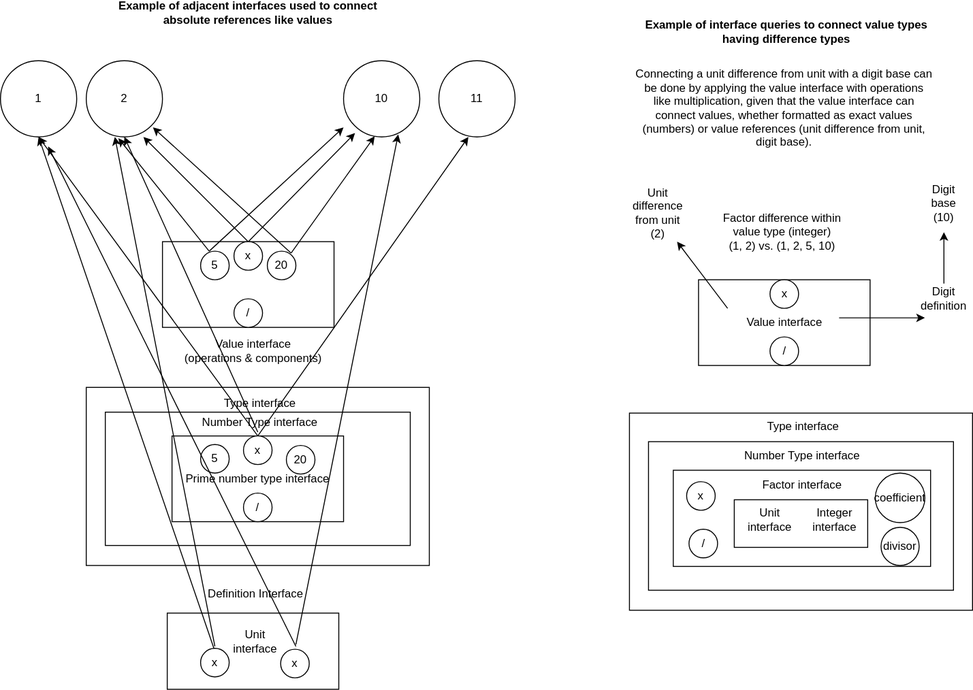
The draw.io diagram docs/objects/math.svg in outdreamer/build-a-cure, before a commit. Source tidied: cells renumbered, new cells last; positions are measured from the earlier drawing's top-left corner, leaving out a move shared by most shapes. The source it was exported from:
```xml
<mxGraphModel>
  <root>
    <mxCell id="0" />
    <mxCell id="1" parent="0" />
    <mxCell id="2" style="rounded=0;whiteSpace=wrap;html=1;" parent="1" vertex="1">
      <mxGeometry x="175" y="640" width="180" height="80" as="geometry" />
    </mxCell>
    <mxCell id="3" style="rounded=0;whiteSpace=wrap;html=1;" parent="1" vertex="1">
      <mxGeometry x="90" y="403" width="360" height="187" as="geometry" />
    </mxCell>
    <mxCell id="4" style="rounded=0;whiteSpace=wrap;html=1;" parent="1" vertex="1">
      <mxGeometry x="110" y="429" width="320" height="140" as="geometry" />
    </mxCell>
    <mxCell id="5" value="Number Type interface" style="text;html=1;strokeColor=none;fillColor=none;align=center;verticalAlign=middle;whiteSpace=wrap;rounded=0;" parent="1" vertex="1">
      <mxGeometry x="185" y="430" width="175" height="20" as="geometry" />
    </mxCell>
    <mxCell id="6" value="2" style="ellipse;whiteSpace=wrap;html=1;" parent="1" vertex="1">
      <mxGeometry x="90" y="60" width="80" height="80" as="geometry" />
    </mxCell>
    <mxCell id="7" value="10" style="ellipse;whiteSpace=wrap;html=1;" parent="1" vertex="1">
      <mxGeometry x="360" y="60" width="80" height="80" as="geometry" />
    </mxCell>
    <mxCell id="8" style="endArrow=classic;html=1;entryX=0.15;entryY=0.95;entryDx=0;entryDy=0;entryPerimeter=0;" parent="1" edge="1" target="7">
      <mxGeometry relative="1" as="geometry">
        <mxPoint x="260" y="250" as="sourcePoint" />
      </mxGeometry>
    </mxCell>
    <mxCell id="9" style="endArrow=classic;html=1;entryX=0.75;entryY=1;entryDx=0;entryDy=0;entryPerimeter=0;" parent="1" edge="1" target="6">
      <mxGeometry relative="1" as="geometry">
        <mxPoint x="260" y="250" as="sourcePoint" />
      </mxGeometry>
    </mxCell>
    <mxCell id="10" style="rounded=0;whiteSpace=wrap;html=1;" parent="1" vertex="1">
      <mxGeometry x="170" y="250" width="180" height="90" as="geometry" />
    </mxCell>
    <mxCell id="11" value="x" style="ellipse;whiteSpace=wrap;html=1;" parent="1" vertex="1">
      <mxGeometry x="245" y="250" width="30" height="30" as="geometry" />
    </mxCell>
    <mxCell id="12" value="/" style="ellipse;whiteSpace=wrap;html=1;" parent="1" vertex="1">
      <mxGeometry x="245" y="310" width="30" height="30" as="geometry" />
    </mxCell>
    <mxCell id="13" value="5" style="ellipse;whiteSpace=wrap;html=1;" parent="1" vertex="1">
      <mxGeometry x="210" y="260" width="30" height="30" as="geometry" />
    </mxCell>
    <mxCell id="14" value="20" style="ellipse;whiteSpace=wrap;html=1;" parent="1" vertex="1">
      <mxGeometry x="280" y="260" width="30" height="30" as="geometry" />
    </mxCell>
    <mxCell id="15" style="endArrow=classic;html=1;entryX=0.388;entryY=1;entryDx=0;entryDy=0;entryPerimeter=0;" parent="1" edge="1" target="24">
      <mxGeometry relative="1" as="geometry">
        <mxPoint x="270" y="454" as="sourcePoint" />
      </mxGeometry>
    </mxCell>
    <mxCell id="16" style="endArrow=classic;html=1;entryX=0.5;entryY=1;entryDx=0;entryDy=0;" parent="1" edge="1" target="22">
      <mxGeometry relative="1" as="geometry">
        <mxPoint x="270" y="454" as="sourcePoint" />
      </mxGeometry>
    </mxCell>
    <mxCell id="17" value="Prime number type interface" style="rounded=0;whiteSpace=wrap;html=1;" parent="1" vertex="1">
      <mxGeometry x="180" y="454" width="180" height="90" as="geometry" />
    </mxCell>
    <mxCell id="18" value="x" style="ellipse;whiteSpace=wrap;html=1;" parent="1" vertex="1">
      <mxGeometry x="255" y="454" width="30" height="30" as="geometry" />
    </mxCell>
    <mxCell id="19" value="/" style="ellipse;whiteSpace=wrap;html=1;" parent="1" vertex="1">
      <mxGeometry x="255" y="514" width="30" height="30" as="geometry" />
    </mxCell>
    <mxCell id="20" value="5" style="ellipse;whiteSpace=wrap;html=1;" parent="1" vertex="1">
      <mxGeometry x="210" y="463" width="30" height="30" as="geometry" />
    </mxCell>
    <mxCell id="21" value="20" style="ellipse;whiteSpace=wrap;html=1;" parent="1" vertex="1">
      <mxGeometry x="300" y="464" width="30" height="30" as="geometry" />
    </mxCell>
    <mxCell id="22" value="1" style="ellipse;whiteSpace=wrap;html=1;" parent="1" vertex="1">
      <mxGeometry y="60" width="80" height="80" as="geometry" />
    </mxCell>
    <mxCell id="23" style="endArrow=classic;html=1;entryX=0.5;entryY=1;entryDx=0;entryDy=0;" parent="1" edge="1" target="6">
      <mxGeometry relative="1" as="geometry">
        <mxPoint x="270" y="450" as="sourcePoint" />
      </mxGeometry>
    </mxCell>
    <mxCell id="24" value="11" style="ellipse;whiteSpace=wrap;html=1;" parent="1" vertex="1">
      <mxGeometry x="460" y="60" width="80" height="80" as="geometry" />
    </mxCell>
    <mxCell id="25" value="Type interface" style="text;html=1;strokeColor=none;fillColor=none;align=center;verticalAlign=middle;whiteSpace=wrap;rounded=0;" parent="1" vertex="1">
      <mxGeometry x="185" y="410" width="175" height="20" as="geometry" />
    </mxCell>
    <mxCell id="26" value="Example of adjacent interfaces used to connect absolute references like values" style="text;html=1;strokeColor=none;fillColor=none;align=center;verticalAlign=middle;whiteSpace=wrap;rounded=0;fontStyle=1;" parent="1" vertex="1">
      <mxGeometry x="121.2" width="277.5" height="20" as="geometry" />
    </mxCell>
    <mxCell id="27" value="Value interface" style="rounded=0;whiteSpace=wrap;html=1;" parent="1" vertex="1">
      <mxGeometry x="732.5" y="290" width="180" height="90" as="geometry" />
    </mxCell>
    <mxCell id="28" value="x" style="ellipse;whiteSpace=wrap;html=1;" parent="1" vertex="1">
      <mxGeometry x="807.5" y="290" width="30" height="30" as="geometry" />
    </mxCell>
    <mxCell id="29" value="/" style="ellipse;whiteSpace=wrap;html=1;" parent="1" vertex="1">
      <mxGeometry x="807.5" y="350" width="30" height="30" as="geometry" />
    </mxCell>
    <mxCell id="30" value="Example of interface queries to connect value types having difference types" style="text;html=1;strokeColor=none;fillColor=none;align=center;verticalAlign=middle;whiteSpace=wrap;rounded=0;fontStyle=1;" parent="1" vertex="1">
      <mxGeometry x="670" y="20" width="310" height="20" as="geometry" />
    </mxCell>
    <mxCell id="31" value="Unit difference from unit (2)" style="text;html=1;strokeColor=none;fillColor=none;align=center;verticalAlign=middle;whiteSpace=wrap;rounded=0;" parent="1" vertex="1">
      <mxGeometry x="670" y="210" width="40" height="20" as="geometry" />
    </mxCell>
    <mxCell id="32" value="Digit base (10)" style="text;html=1;strokeColor=none;fillColor=none;align=center;verticalAlign=middle;whiteSpace=wrap;rounded=0;" parent="1" vertex="1">
      <mxGeometry x="970" y="200" width="40" height="20" as="geometry" />
    </mxCell>
    <mxCell id="33" value="Factor difference within value type (integer)&lt;br&gt;(1, 2) vs. (1, 2, 5, 10)" style="text;html=1;strokeColor=none;fillColor=none;align=center;verticalAlign=middle;whiteSpace=wrap;rounded=0;" parent="1" vertex="1">
      <mxGeometry x="752.5" y="230" width="135" height="20" as="geometry" />
    </mxCell>
    <mxCell id="34" style="endArrow=classic;html=1;exitX=0.5;exitY=0;exitDx=0;exitDy=0;" parent="1" edge="1">
      <mxGeometry relative="1" as="geometry">
        <mxPoint x="990" y="294" as="sourcePoint" />
        <mxPoint x="990" y="240" as="targetPoint" />
      </mxGeometry>
    </mxCell>
    <mxCell id="35" style="endArrow=classic;html=1;" parent="1" edge="1">
      <mxGeometry relative="1" as="geometry">
        <mxPoint x="763" y="320" as="sourcePoint" />
        <mxPoint x="710" y="250" as="targetPoint" />
      </mxGeometry>
    </mxCell>
    <mxCell id="36" value="Connecting a unit difference from unit with a digit base can be done by applying the value interface with operations like multiplication, given that the value interface can connect values, whether formatted as exact values (numbers) or value references (unit difference from unit, digit base)." style="text;html=1;strokeColor=none;fillColor=none;align=center;verticalAlign=middle;whiteSpace=wrap;rounded=0;" parent="1" vertex="1">
      <mxGeometry x="665" y="100" width="315" height="20" as="geometry" />
    </mxCell>
    <mxCell id="37" style="endArrow=classic;html=1;" parent="1" edge="1">
      <mxGeometry relative="1" as="geometry">
        <mxPoint x="219" y="260" as="sourcePoint" />
        <mxPoint x="360" y="130" as="targetPoint" />
      </mxGeometry>
    </mxCell>
    <mxCell id="38" style="endArrow=classic;html=1;entryX=0.421;entryY=1.017;entryDx=0;entryDy=0;entryPerimeter=0;" parent="1" edge="1" target="6">
      <mxGeometry relative="1" as="geometry">
        <mxPoint x="219" y="260" as="sourcePoint" />
      </mxGeometry>
    </mxCell>
    <mxCell id="39" style="endArrow=classic;html=1;entryX=0.408;entryY=0.992;entryDx=0;entryDy=0;entryPerimeter=0;" parent="1" edge="1" target="7">
      <mxGeometry relative="1" as="geometry">
        <mxPoint x="305" y="262" as="sourcePoint" />
      </mxGeometry>
    </mxCell>
    <mxCell id="40" style="endArrow=classic;html=1;entryX=0.875;entryY=0.875;entryDx=0;entryDy=0;entryPerimeter=0;" parent="1" edge="1" target="6">
      <mxGeometry relative="1" as="geometry">
        <mxPoint x="305" y="262" as="sourcePoint" />
      </mxGeometry>
    </mxCell>
    <mxCell id="41" style="endArrow=classic;html=1;" parent="1" edge="1">
      <mxGeometry relative="1" as="geometry">
        <mxPoint x="880" y="330" as="sourcePoint" />
        <mxPoint x="970" y="330" as="targetPoint" />
      </mxGeometry>
    </mxCell>
    <mxCell id="42" value="Digit definition" style="text;html=1;strokeColor=none;fillColor=none;align=center;verticalAlign=middle;whiteSpace=wrap;rounded=0;" parent="1" vertex="1">
      <mxGeometry x="970" y="300" width="40" height="20" as="geometry" />
    </mxCell>
    <mxCell id="43" style="rounded=0;whiteSpace=wrap;html=1;" parent="1" vertex="1">
      <mxGeometry x="660" y="430" width="360" height="207" as="geometry" />
    </mxCell>
    <mxCell id="44" style="rounded=0;whiteSpace=wrap;html=1;" parent="1" vertex="1">
      <mxGeometry x="680" y="460" width="320" height="156" as="geometry" />
    </mxCell>
    <mxCell id="45" value="Number Type interface" style="text;html=1;strokeColor=none;fillColor=none;align=center;verticalAlign=middle;whiteSpace=wrap;rounded=0;" parent="1" vertex="1">
      <mxGeometry x="753.5" y="465" width="175" height="20" as="geometry" />
    </mxCell>
    <mxCell id="46" style="rounded=0;whiteSpace=wrap;html=1;" parent="1" vertex="1">
      <mxGeometry x="706" y="490" width="270" height="101" as="geometry" />
    </mxCell>
    <mxCell id="47" value="Type interface" style="text;html=1;strokeColor=none;fillColor=none;align=center;verticalAlign=middle;whiteSpace=wrap;rounded=0;" parent="1" vertex="1">
      <mxGeometry x="755" y="434" width="175" height="20" as="geometry" />
    </mxCell>
    <mxCell id="48" value="Factor interface" style="text;html=1;strokeColor=none;fillColor=none;align=center;verticalAlign=middle;whiteSpace=wrap;rounded=0;" parent="1" vertex="1">
      <mxGeometry x="753.5" y="496" width="175" height="20" as="geometry" />
    </mxCell>
    <mxCell id="49" style="rounded=0;whiteSpace=wrap;html=1;" parent="1" vertex="1">
      <mxGeometry x="770" y="521" width="140" height="50" as="geometry" />
    </mxCell>
    <mxCell id="50" value="Unit &lt;br&gt;interface" style="text;html=1;strokeColor=none;fillColor=none;align=center;verticalAlign=middle;whiteSpace=wrap;rounded=0;" parent="1" vertex="1">
      <mxGeometry x="765" y="532" width="85" height="20" as="geometry" />
    </mxCell>
    <mxCell id="51" value="Integer&lt;br&gt;interface" style="text;html=1;strokeColor=none;fillColor=none;align=center;verticalAlign=middle;whiteSpace=wrap;rounded=0;" parent="1" vertex="1">
      <mxGeometry x="833" y="532" width="85" height="20" as="geometry" />
    </mxCell>
    <mxCell id="52" value="/" style="ellipse;whiteSpace=wrap;html=1;" parent="1" vertex="1">
      <mxGeometry x="722.5" y="552" width="30" height="30" as="geometry" />
    </mxCell>
    <mxCell id="53" value="x" style="ellipse;whiteSpace=wrap;html=1;" parent="1" vertex="1">
      <mxGeometry x="720" y="502" width="30" height="30" as="geometry" />
    </mxCell>
    <mxCell id="54" value="coefficient" style="ellipse;whiteSpace=wrap;html=1;" parent="1" vertex="1">
      <mxGeometry x="918" y="493" width="52" height="52" as="geometry" />
    </mxCell>
    <mxCell id="55" value="divisor" style="ellipse;whiteSpace=wrap;html=1;" parent="1" vertex="1">
      <mxGeometry x="924" y="550" width="40" height="40" as="geometry" />
    </mxCell>
    <mxCell id="56" value="&lt;span&gt;Value interface&lt;/span&gt;&lt;br&gt;&lt;span&gt;(operations &amp;amp; components)&lt;/span&gt;" style="text;html=1;align=center;verticalAlign=middle;strokeColor=none;" parent="1" vertex="1">
      <mxGeometry x="185" y="350" width="160" height="30" as="geometry" />
    </mxCell>
    <mxCell id="57" value="Unit &lt;br&gt;interface" style="text;html=1;strokeColor=none;fillColor=none;align=center;verticalAlign=middle;whiteSpace=wrap;rounded=0;" parent="1" vertex="1">
      <mxGeometry x="225" y="660" width="85" height="20" as="geometry" />
    </mxCell>
    <mxCell id="58" style="endArrow=classic;html=1;entryX=0.5;entryY=1;entryDx=0;entryDy=0;exitX=0;exitY=1;exitDx=0;exitDy=0;" parent="1" edge="1" source="57" target="22">
      <mxGeometry relative="1" as="geometry" />
    </mxCell>
    <mxCell id="59" style="endArrow=classic;html=1;entryX=0.717;entryY=0.967;entryDx=0;entryDy=0;entryPerimeter=0;startArrow=none;" parent="1" edge="1" target="7">
      <mxGeometry relative="1" as="geometry">
        <mxPoint x="310" y="673" as="sourcePoint" />
      </mxGeometry>
    </mxCell>
    <mxCell id="60" value="Definition Interface" style="text;html=1;strokeColor=none;fillColor=none;align=center;verticalAlign=middle;whiteSpace=wrap;rounded=0;" parent="1" vertex="1">
      <mxGeometry x="178.8" y="610" width="177.5" height="20" as="geometry" />
    </mxCell>
    <mxCell id="61" style="endArrow=classic;html=1;exitX=0;exitY=0.75;exitDx=0;exitDy=0;" parent="1" edge="1" source="57">
      <mxGeometry relative="1" as="geometry">
        <mxPoint x="120" y="140" as="targetPoint" />
      </mxGeometry>
    </mxCell>
    <mxCell id="62" style="endArrow=classic;html=1;entryX=0.5;entryY=1;entryDx=0;entryDy=0;exitX=1;exitY=0.75;exitDx=0;exitDy=0;" parent="1" edge="1" source="57">
      <mxGeometry relative="1" as="geometry">
        <mxPoint x="50" y="150" as="targetPoint" />
      </mxGeometry>
    </mxCell>
    <mxCell id="63" value="x" style="ellipse;whiteSpace=wrap;html=1;" parent="1" vertex="1">
      <mxGeometry x="210" y="677" width="30" height="30" as="geometry" />
    </mxCell>
    <mxCell id="64" value="x" style="ellipse;whiteSpace=wrap;html=1;" parent="1" vertex="1">
      <mxGeometry x="294" y="678" width="30" height="30" as="geometry" />
    </mxCell>
  </root>
</mxGraphModel>
```
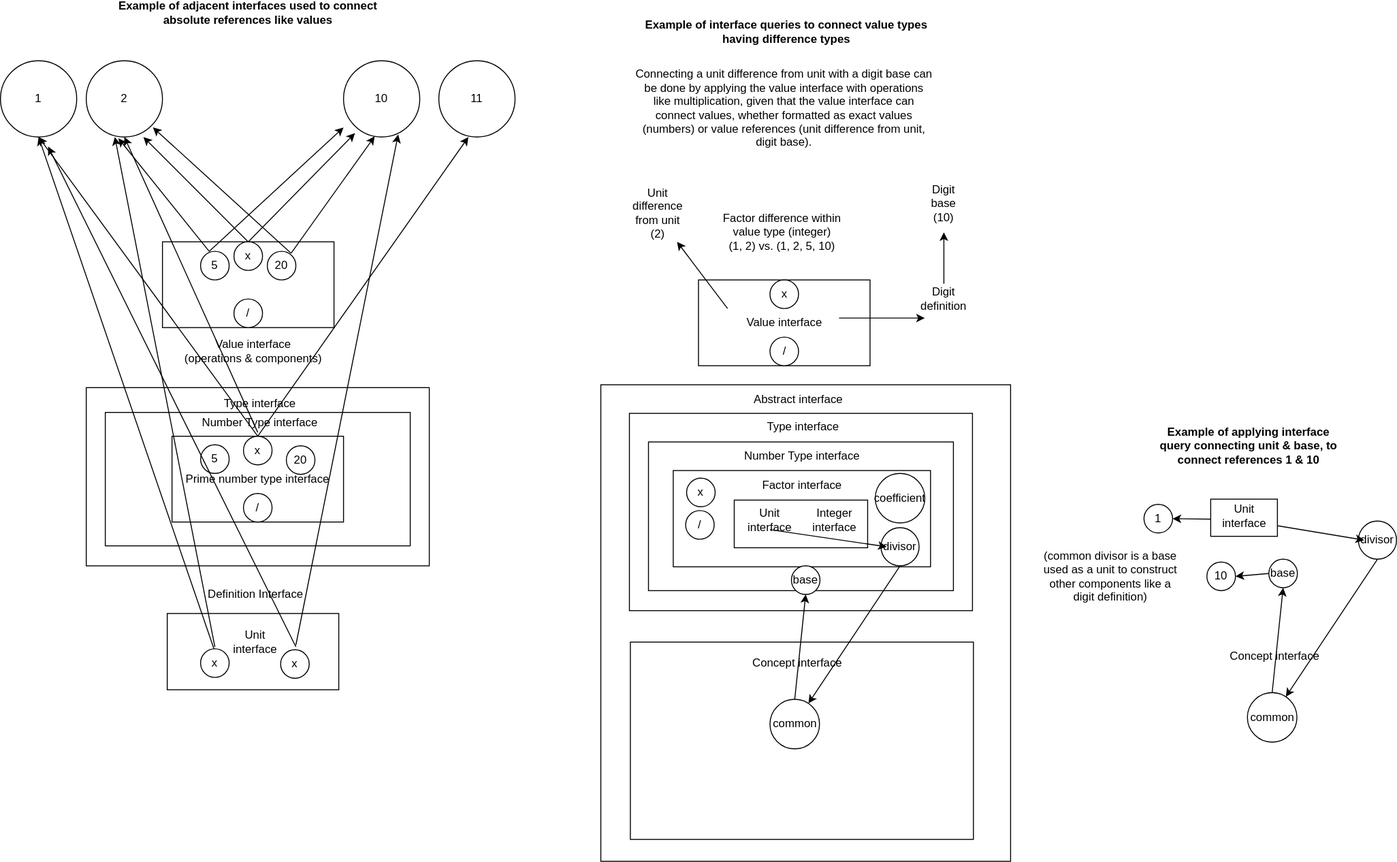
The same diagram one commit later.

Diff of the diagram source:
```diff
@@ -2,6 +2,12 @@
   <root>
     <mxCell id="0" />
     <mxCell id="1" parent="0" />
+    <mxCell id="65" style="rounded=0;whiteSpace=wrap;html=1;" parent="1" vertex="1">
+      <mxGeometry x="1270" y="520" width="70" height="39" as="geometry" />
+    </mxCell>
+    <mxCell id="66" style="rounded=0;whiteSpace=wrap;html=1;" parent="1" vertex="1">
+      <mxGeometry x="630" y="400" width="430" height="500" as="geometry" />
+    </mxCell>
     <mxCell id="2" style="rounded=0;whiteSpace=wrap;html=1;" parent="1" vertex="1">
       <mxGeometry x="175" y="640" width="180" height="80" as="geometry" />
     </mxCell>
@@ -181,10 +187,10 @@
       <mxGeometry x="833" y="532" width="85" height="20" as="geometry" />
     </mxCell>
     <mxCell id="52" value="/" style="ellipse;whiteSpace=wrap;html=1;" parent="1" vertex="1">
-      <mxGeometry x="722.5" y="552" width="30" height="30" as="geometry" />
+      <mxGeometry x="719" y="532" width="30" height="30" as="geometry" />
     </mxCell>
     <mxCell id="53" value="x" style="ellipse;whiteSpace=wrap;html=1;" parent="1" vertex="1">
-      <mxGeometry x="720" y="502" width="30" height="30" as="geometry" />
+      <mxGeometry x="720" y="498" width="30" height="30" as="geometry" />
     </mxCell>
     <mxCell id="54" value="coefficient" style="ellipse;whiteSpace=wrap;html=1;" parent="1" vertex="1">
       <mxGeometry x="918" y="493" width="52" height="52" as="geometry" />
@@ -225,5 +231,73 @@
     <mxCell id="64" value="x" style="ellipse;whiteSpace=wrap;html=1;" parent="1" vertex="1">
       <mxGeometry x="294" y="678" width="30" height="30" as="geometry" />
     </mxCell>
+    <mxCell id="67" style="rounded=0;whiteSpace=wrap;html=1;" parent="1" vertex="1">
+      <mxGeometry x="661" y="670" width="360" height="207" as="geometry" />
+    </mxCell>
+    <mxCell id="68" value="Concept interface" style="text;html=1;strokeColor=none;fillColor=none;align=center;verticalAlign=middle;whiteSpace=wrap;rounded=0;" parent="1" vertex="1">
+      <mxGeometry x="749" y="682" width="175" height="20" as="geometry" />
+    </mxCell>
+    <mxCell id="69" value="common" style="ellipse;whiteSpace=wrap;html=1;" parent="1" vertex="1">
+      <mxGeometry x="807.5" y="730" width="52" height="52" as="geometry" />
+    </mxCell>
+    <mxCell id="70" value="Abstract interface" style="text;html=1;strokeColor=none;fillColor=none;align=center;verticalAlign=middle;whiteSpace=wrap;rounded=0;" parent="1" vertex="1">
+      <mxGeometry x="750" y="406" width="175" height="20" as="geometry" />
+    </mxCell>
+    <mxCell id="71" style="endArrow=classic;html=1;exitX=0.5;exitY=1;exitDx=0;exitDy=0;entryX=0.15;entryY=0.5;entryDx=0;entryDy=0;entryPerimeter=0;" parent="1" edge="1" source="50" target="55">
+      <mxGeometry relative="1" as="geometry" />
+    </mxCell>
+    <mxCell id="72" style="endArrow=classic;html=1;exitX=0.5;exitY=1;exitDx=0;exitDy=0;" parent="1" edge="1" source="55" target="69">
+      <mxGeometry relative="1" as="geometry" />
+    </mxCell>
+    <mxCell id="73" value="base" style="ellipse;whiteSpace=wrap;html=1;" parent="1" vertex="1">
+      <mxGeometry x="830" y="590" width="30" height="30" as="geometry" />
+    </mxCell>
+    <mxCell id="74" style="endArrow=classic;html=1;exitX=0.5;exitY=0;exitDx=0;exitDy=0;entryX=0.5;entryY=1;entryDx=0;entryDy=0;" parent="1" edge="1" source="69" target="73">
+      <mxGeometry relative="1" as="geometry" />
+    </mxCell>
+    <mxCell id="75" value="(common divisor is a base used as a unit to construct other components like a digit definition)" style="text;html=1;strokeColor=none;fillColor=none;align=center;verticalAlign=middle;whiteSpace=wrap;rounded=0;" parent="1" vertex="1">
+      <mxGeometry x="1090" y="591" width="150" height="20" as="geometry" />
+    </mxCell>
+    <mxCell id="76" value="Unit &lt;br&gt;interface" style="text;html=1;strokeColor=none;fillColor=none;align=center;verticalAlign=middle;whiteSpace=wrap;rounded=0;" parent="1" vertex="1">
+      <mxGeometry x="1262.5" y="528" width="85" height="20" as="geometry" />
+    </mxCell>
+    <mxCell id="77" value="1" style="ellipse;whiteSpace=wrap;html=1;" parent="1" vertex="1">
+      <mxGeometry x="1200" y="525.5" width="30" height="30" as="geometry" />
+    </mxCell>
+    <mxCell id="78" value="divisor" style="ellipse;whiteSpace=wrap;html=1;" parent="1" vertex="1">
+      <mxGeometry x="1425" y="543" width="40" height="40" as="geometry" />
+    </mxCell>
+    <mxCell id="79" value="Concept interface" style="text;html=1;strokeColor=none;fillColor=none;align=center;verticalAlign=middle;whiteSpace=wrap;rounded=0;" parent="1" vertex="1">
+      <mxGeometry x="1250" y="675" width="175" height="20" as="geometry" />
+    </mxCell>
+    <mxCell id="80" value="common" style="ellipse;whiteSpace=wrap;html=1;" parent="1" vertex="1">
+      <mxGeometry x="1308.5" y="723" width="52" height="52" as="geometry" />
+    </mxCell>
+    <mxCell id="81" style="endArrow=classic;html=1;exitX=0.918;exitY=1;exitDx=0;exitDy=0;entryX=0.15;entryY=0.5;entryDx=0;entryDy=0;entryPerimeter=0;exitPerimeter=0;" parent="1" edge="1" source="76" target="78">
+      <mxGeometry relative="1" as="geometry" />
+    </mxCell>
+    <mxCell id="82" style="endArrow=classic;html=1;exitX=0.5;exitY=1;exitDx=0;exitDy=0;" parent="1" edge="1" source="78" target="80">
+      <mxGeometry relative="1" as="geometry" />
+    </mxCell>
+    <mxCell id="83" value="base" style="ellipse;whiteSpace=wrap;html=1;" parent="1" vertex="1">
+      <mxGeometry x="1331" y="583" width="30" height="30" as="geometry" />
+    </mxCell>
+    <mxCell id="84" style="endArrow=classic;html=1;exitX=0.5;exitY=0;exitDx=0;exitDy=0;entryX=0.5;entryY=1;entryDx=0;entryDy=0;" parent="1" edge="1" source="80" target="83">
+      <mxGeometry relative="1" as="geometry" />
+    </mxCell>
+    <mxCell id="85" value="10" style="ellipse;whiteSpace=wrap;html=1;" parent="1" vertex="1">
+      <mxGeometry x="1266" y="586" width="30" height="30" as="geometry" />
+    </mxCell>
+    <mxCell id="86" style="endArrow=classic;html=1;exitX=0;exitY=0.5;exitDx=0;exitDy=0;entryX=1;entryY=0.5;entryDx=0;entryDy=0;" parent="1" edge="1" source="83" target="85">
+      <mxGeometry relative="1" as="geometry" />
+    </mxCell>
+    <mxCell id="87" style="endArrow=classic;html=1;entryX=1;entryY=0.5;entryDx=0;entryDy=0;" parent="1" edge="1" target="77">
+      <mxGeometry relative="1" as="geometry">
+        <mxPoint x="1270" y="541" as="sourcePoint" />
+      </mxGeometry>
+    </mxCell>
+    <mxCell id="88" value="Example of applying interface query connecting unit &amp;amp; base, to connect references 1 &amp;amp; 10" style="text;html=1;strokeColor=none;fillColor=none;align=center;verticalAlign=middle;whiteSpace=wrap;rounded=0;fontStyle=1;" parent="1" vertex="1">
+      <mxGeometry x="1210" y="454" width="200" height="20" as="geometry" />
+    </mxCell>
   </root>
 </mxGraphModel>
```
